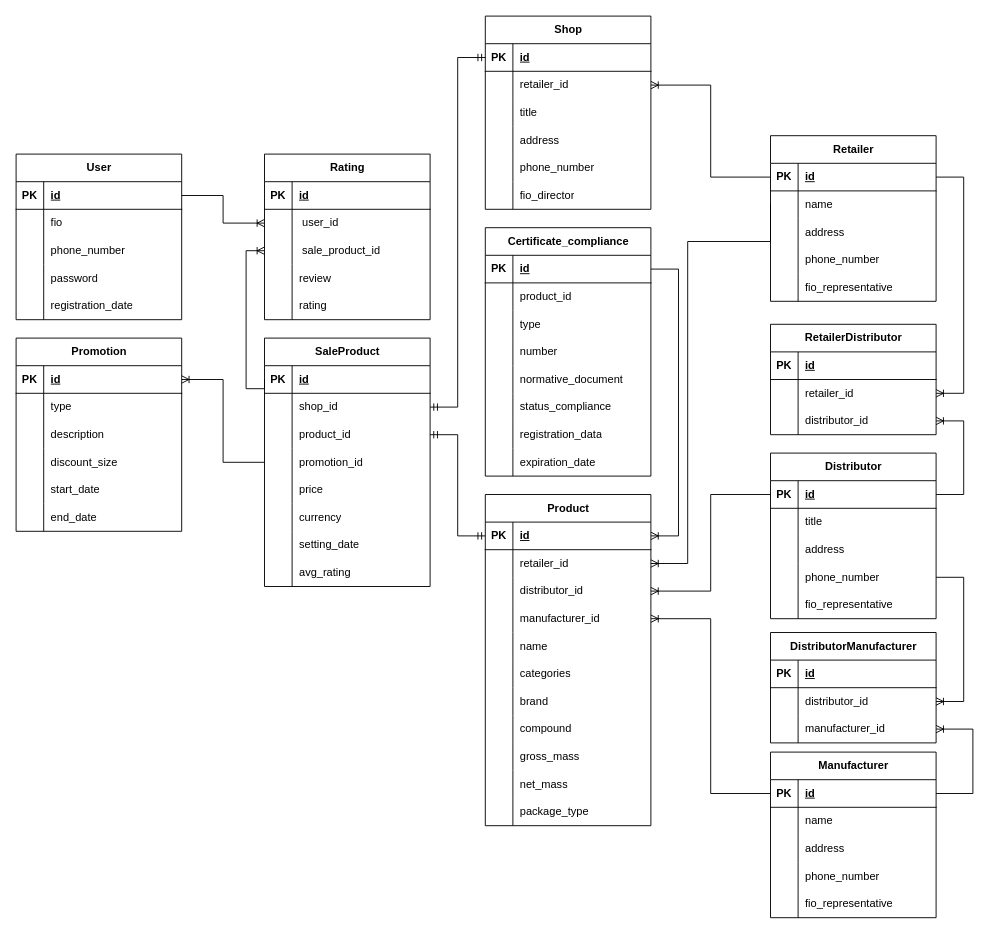
Earlier version of the draw.io diagram docs/coursework/inc/img/scheme_drawio/er-entities-diag.drawio (nikitalystsev/db_course). Source tidied: cells renumbered, new cells numbered last; positions are measured from the earlier drawing's top-left corner, leaving out a move shared by most shapes. Both pictures are drawn from the tidied source at 92%, with x=0, y=0 at pixel (16, 16).
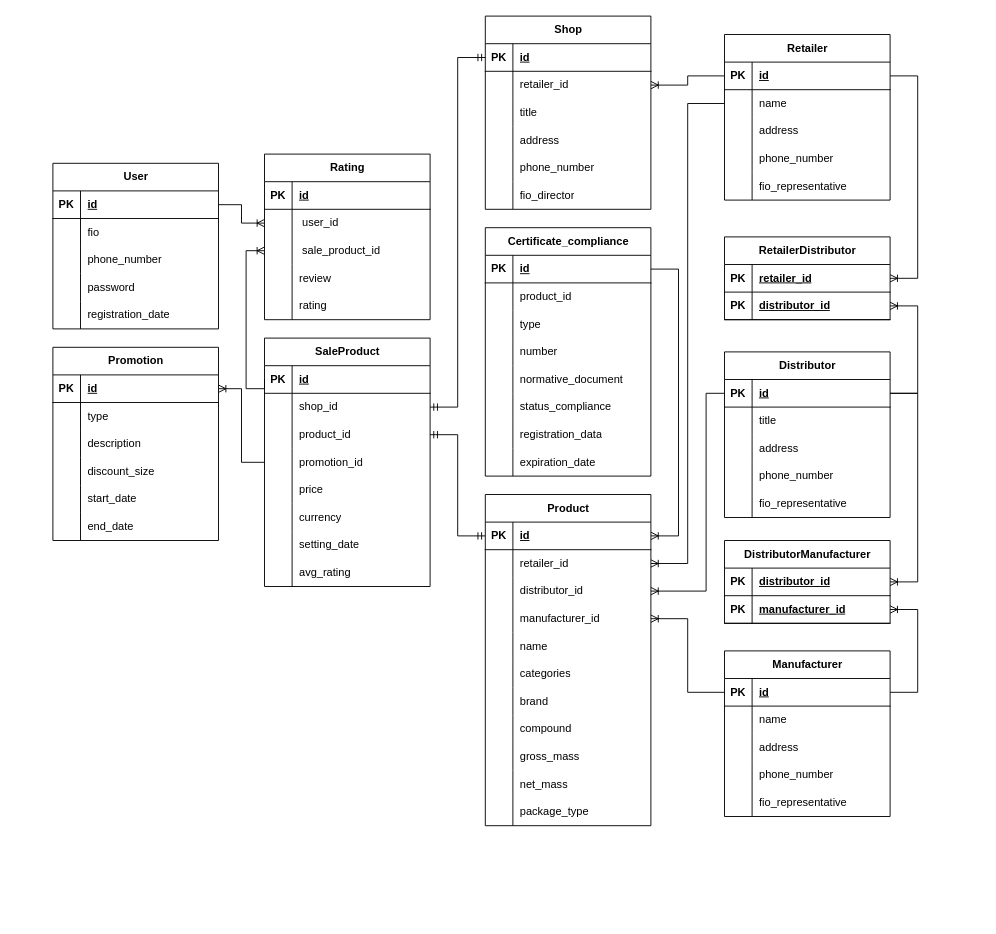
The same page after the edit.

Unchanged cells that the change refers to:
```xml
<mxCell id="6" style="shape=tableRow;horizontal=0;startSize=0;swimlaneHead=0;swimlaneBody=0;fillColor=none;points=[[0,0.5],[1,0.5]];portConstraint=eastwest;top=0;left=0;right=0;bottom=0;" parent="2" vertex="1">
  <mxGeometry y="60" width="180" height="30" as="geometry" />
</mxCell>
<mxCell id="9" style="shape=tableRow;horizontal=0;startSize=0;swimlaneHead=0;swimlaneBody=0;fillColor=none;points=[[0,0.5],[1,0.5]];portConstraint=eastwest;top=0;left=0;right=0;bottom=0;" parent="2" vertex="1">
  <mxGeometry y="90" width="180" height="30" as="geometry" />
</mxCell>
<mxCell id="37" style="shape=tableRow;horizontal=0;startSize=0;swimlaneHead=0;swimlaneBody=0;fillColor=none;points=[[0,0.5],[1,0.5]];portConstraint=eastwest;top=0;left=0;right=0;bottom=1;" parent="36" vertex="1">
  <mxGeometry y="30" width="180" height="30" as="geometry" />
</mxCell>
<mxCell id="40" style="shape=tableRow;horizontal=0;startSize=0;swimlaneHead=0;swimlaneBody=0;fillColor=none;points=[[0,0.5],[1,0.5]];portConstraint=eastwest;top=0;left=0;right=0;bottom=0;" parent="36" vertex="1">
  <mxGeometry y="60" width="180" height="30" as="geometry" />
</mxCell>
<mxCell id="53" style="shape=tableRow;horizontal=0;startSize=0;swimlaneHead=0;swimlaneBody=0;fillColor=none;points=[[0,0.5],[1,0.5]];portConstraint=eastwest;top=0;left=0;right=0;bottom=1;" parent="52" vertex="1">
  <mxGeometry y="30" width="180" height="30" as="geometry" />
</mxCell>
<mxCell id="70" style="shape=tableRow;horizontal=0;startSize=0;swimlaneHead=0;swimlaneBody=0;fillColor=none;points=[[0,0.5],[1,0.5]];portConstraint=eastwest;top=0;left=0;right=0;bottom=1;" parent="69" vertex="1">
  <mxGeometry y="30" width="180" height="30" as="geometry" />
</mxCell>
<mxCell id="86" style="shape=tableRow;horizontal=0;startSize=0;swimlaneHead=0;swimlaneBody=0;fillColor=none;points=[[0,0.5],[1,0.5]];portConstraint=eastwest;top=0;left=0;right=0;bottom=1;" parent="85" vertex="1">
  <mxGeometry y="30" width="180" height="30" as="geometry" />
</mxCell>
<mxCell id="97" style="shape=tableRow;horizontal=0;startSize=0;swimlaneHead=0;swimlaneBody=0;fillColor=none;points=[[0,0.5],[1,0.5]];portConstraint=eastwest;top=0;left=0;right=0;bottom=1;" parent="96" vertex="1">
  <mxGeometry y="30" width="180" height="30" as="geometry" />
</mxCell>
```

The edit, as a diff of the source:
```diff
@@
     <mxCell id="36" value="Retailer" style="shape=table;startSize=30;childLayout=tableLayout;rowLines=0;fontStyle=1;align=center;html=1;" parent="1" vertex="1">
-      <mxGeometry x="820" y="130" width="180" height="180" as="geometry" />
+      <mxGeometry x="770" y="20" width="180" height="180" as="geometry" />
     </mxCell>
@@
     <mxCell id="52" value="Distributor" style="shape=table;startSize=30;childLayout=tableLayout;rowLines=0;fontStyle=1;align=center;html=1;" parent="1" vertex="1">
-      <mxGeometry x="820" y="475" width="180" height="180" as="geometry" />
+      <mxGeometry x="770" y="365" width="180" height="180" as="geometry" />
     </mxCell>
@@
     <mxCell id="68" style="edgeStyle=orthogonalEdgeStyle;fontSize=12;html=1;endArrow=ERoneToMany;rounded=0;entryX=1;entryY=0.5;entryDx=0;entryDy=0;exitX=0;exitY=0.5;exitDx=0;exitDy=0;" parent="1" edge="1" source="53" target="9">
-      <mxGeometry relative="1" as="geometry" />
+      <mxGeometry relative="1" as="geometry">
+        <Array as="points">
+          <mxPoint x="750" y="410" />
+          <mxPoint x="750" y="625" />
+        </Array>
+      </mxGeometry>
     </mxCell>
     <mxCell id="69" value="Manufacturer" style="shape=table;startSize=30;childLayout=tableLayout;rowLines=0;fontStyle=1;align=center;html=1;" parent="1" vertex="1">
-      <mxGeometry x="820" y="800" width="180" height="180" as="geometry" />
+      <mxGeometry x="770" y="690" width="180" height="180" as="geometry" />
     </mxCell>
@@
     <mxCell id="85" value="DistributorManufacturer" style="shape=table;startSize=30;childLayout=tableLayout;rowLines=0;fontStyle=1;align=center;html=1;" parent="1" vertex="1">
-      <mxGeometry x="820" y="670" width="180" height="120" as="geometry" />
+      <mxGeometry x="770" y="570" width="180" height="90" as="geometry" />
     </mxCell>
@@
-    <mxCell id="88" value="id" style="shape=partialRectangle;fillColor=none;top=0;left=0;bottom=0;right=0;align=left;spacingLeft=6;fontStyle=5;overflow=hidden;whiteSpace=wrap;html=1;" parent="86" vertex="1">
+    <mxCell id="88" value="distributor_id" style="shape=partialRectangle;fillColor=none;top=0;left=0;bottom=0;right=0;align=left;spacingLeft=6;fontStyle=5;overflow=hidden;whiteSpace=wrap;html=1;" parent="86" vertex="1">
       <mxGeometry x="30" width="150" height="30" as="geometry" />
     </mxCell>
-    <mxCell id="89" style="shape=tableRow;horizontal=0;startSize=0;swimlaneHead=0;swimlaneBody=0;fillColor=none;points=[[0,0.5],[1,0.5]];portConstraint=eastwest;top=0;left=0;right=0;bottom=0;" parent="85" vertex="1">
-      <mxGeometry y="60" width="180" height="30" as="geometry" />
-    </mxCell>
-    <mxCell id="90" style="shape=partialRectangle;fillColor=none;top=0;left=0;bottom=0;right=0;overflow=hidden;whiteSpace=wrap;html=1;" parent="89" vertex="1">
-      <mxGeometry width="30" height="30" as="geometry" />
-    </mxCell>
-    <mxCell id="91" value="distributor_id" style="shape=partialRectangle;fillColor=none;top=0;left=0;bottom=0;right=0;align=left;spacingLeft=6;overflow=hidden;whiteSpace=wrap;html=1;" parent="89" vertex="1">
-      <mxGeometry x="30" width="150" height="30" as="geometry" />
-    </mxCell>
-    <mxCell id="92" style="shape=tableRow;horizontal=0;startSize=0;swimlaneHead=0;swimlaneBody=0;fillColor=none;points=[[0,0.5],[1,0.5]];portConstraint=eastwest;top=0;left=0;right=0;bottom=0;" parent="85" vertex="1">
-      <mxGeometry y="90" width="180" height="30" as="geometry" />
-    </mxCell>
-    <mxCell id="93" style="shape=partialRectangle;fillColor=none;top=0;left=0;bottom=0;right=0;overflow=hidden;whiteSpace=wrap;html=1;" parent="92" vertex="1">
-      <mxGeometry width="30" height="30" as="geometry" />
-    </mxCell>
+    <mxCell id="238" style="shape=tableRow;horizontal=0;startSize=0;swimlaneHead=0;swimlaneBody=0;fillColor=none;points=[[0,0.5],[1,0.5]];portConstraint=eastwest;top=0;left=0;right=0;bottom=1;" parent="85" vertex="1">
+      <mxGeometry y="60" width="180" height="30" as="geometry" />
+    </mxCell>
+    <mxCell id="239" value="PK" style="shape=partialRectangle;fillColor=none;top=0;left=0;bottom=0;right=0;fontStyle=1;overflow=hidden;whiteSpace=wrap;html=1;" parent="238" vertex="1">
+      <mxGeometry width="30" height="30" as="geometry" />
+    </mxCell>
-    <mxCell id="94" value="&lt;span style=&quot;text-align: center; text-wrap: nowrap;&quot;&gt;manufacturer_id&lt;/span&gt;" style="shape=partialRectangle;fillColor=none;top=0;left=0;bottom=0;right=0;align=left;spacingLeft=6;overflow=hidden;whiteSpace=wrap;html=1;" parent="92" vertex="1">
+    <mxCell id="94" value="manufacturer_id" style="shape=partialRectangle;fillColor=none;top=0;left=0;bottom=0;right=0;align=left;spacingLeft=6;fontStyle=5;overflow=hidden;whiteSpace=wrap;html=1;" parent="238" vertex="1">
       <mxGeometry x="30" width="150" height="30" as="geometry" />
     </mxCell>
-    <mxCell id="95" style="edgeStyle=orthogonalEdgeStyle;fontSize=12;html=1;endArrow=ERoneToMany;rounded=0;entryX=1;entryY=0.5;entryDx=0;entryDy=0;exitX=1;exitY=0.5;exitDx=0;exitDy=0;" parent="1" edge="1" source="70" target="92">
+    <mxCell id="95" style="edgeStyle=orthogonalEdgeStyle;fontSize=12;html=1;endArrow=ERoneToMany;rounded=0;entryX=1;entryY=0.5;entryDx=0;entryDy=0;exitX=1;exitY=0.5;exitDx=0;exitDy=0;" parent="1" edge="1" source="70" target="238">
       <mxGeometry relative="1" as="geometry">
         <Array as="points">
-          <mxPoint x="1040" y="845" />
-          <mxPoint x="1040" y="775" />
+          <mxPoint x="980" y="735" />
+          <mxPoint x="980" y="645" />
         </Array>
       </mxGeometry>
     </mxCell>
     <mxCell id="96" value="RetailerDistributor" style="shape=table;startSize=30;childLayout=tableLayout;rowLines=0;fontStyle=1;align=center;html=1;" parent="1" vertex="1">
-      <mxGeometry x="820" y="335" width="180" height="120" as="geometry" />
+      <mxGeometry x="770" y="240" width="180" height="90" as="geometry" />
     </mxCell>
@@
-    <mxCell id="99" value="id" style="shape=partialRectangle;fillColor=none;top=0;left=0;bottom=0;right=0;align=left;spacingLeft=6;fontStyle=5;overflow=hidden;whiteSpace=wrap;html=1;" parent="97" vertex="1">
+    <mxCell id="99" value="retailer_id" style="shape=partialRectangle;fillColor=none;top=0;left=0;bottom=0;right=0;align=left;spacingLeft=6;fontStyle=5;overflow=hidden;whiteSpace=wrap;html=1;" parent="97" vertex="1">
       <mxGeometry x="30" width="150" height="30" as="geometry" />
     </mxCell>
-    <mxCell id="100" style="shape=tableRow;horizontal=0;startSize=0;swimlaneHead=0;swimlaneBody=0;fillColor=none;points=[[0,0.5],[1,0.5]];portConstraint=eastwest;top=0;left=0;right=0;bottom=0;" parent="96" vertex="1">
-      <mxGeometry y="60" width="180" height="30" as="geometry" />
-    </mxCell>
-    <mxCell id="101" style="shape=partialRectangle;fillColor=none;top=0;left=0;bottom=0;right=0;overflow=hidden;whiteSpace=wrap;html=1;" parent="100" vertex="1">
-      <mxGeometry width="30" height="30" as="geometry" />
-    </mxCell>
-    <mxCell id="102" value="retailer_id" style="shape=partialRectangle;fillColor=none;top=0;left=0;bottom=0;right=0;align=left;spacingLeft=6;overflow=hidden;whiteSpace=wrap;html=1;" parent="100" vertex="1">
-      <mxGeometry x="30" width="150" height="30" as="geometry" />
-    </mxCell>
-    <mxCell id="103" style="shape=tableRow;horizontal=0;startSize=0;swimlaneHead=0;swimlaneBody=0;fillColor=none;points=[[0,0.5],[1,0.5]];portConstraint=eastwest;top=0;left=0;right=0;bottom=0;" parent="96" vertex="1">
-      <mxGeometry y="90" width="180" height="30" as="geometry" />
-    </mxCell>
-    <mxCell id="104" style="shape=partialRectangle;fillColor=none;top=0;left=0;bottom=0;right=0;overflow=hidden;whiteSpace=wrap;html=1;" parent="103" vertex="1">
-      <mxGeometry width="30" height="30" as="geometry" />
-    </mxCell>
-    <mxCell id="105" value="&lt;span style=&quot;text-align: center; text-wrap: nowrap;&quot;&gt;distributor_id&lt;/span&gt;" style="shape=partialRectangle;fillColor=none;top=0;left=0;bottom=0;right=0;align=left;spacingLeft=6;overflow=hidden;whiteSpace=wrap;html=1;" parent="103" vertex="1">
-      <mxGeometry x="30" width="150" height="30" as="geometry" />
-    </mxCell>
+    <mxCell id="240" style="shape=tableRow;horizontal=0;startSize=0;swimlaneHead=0;swimlaneBody=0;fillColor=none;points=[[0,0.5],[1,0.5]];portConstraint=eastwest;top=0;left=0;right=0;bottom=1;" parent="96" vertex="1">
+      <mxGeometry y="60" width="180" height="30" as="geometry" />
+    </mxCell>
+    <mxCell id="241" value="PK" style="shape=partialRectangle;fillColor=none;top=0;left=0;bottom=0;right=0;fontStyle=1;overflow=hidden;whiteSpace=wrap;html=1;" parent="240" vertex="1">
+      <mxGeometry width="30" height="30" as="geometry" />
+    </mxCell>
+    <mxCell id="242" value="distributor_id" style="shape=partialRectangle;fillColor=none;top=0;left=0;bottom=0;right=0;align=left;spacingLeft=6;fontStyle=5;overflow=hidden;whiteSpace=wrap;html=1;" parent="240" vertex="1">
+      <mxGeometry x="30" width="150" height="30" as="geometry" />
+    </mxCell>
@@
     <mxCell id="150" value="Promotion" style="shape=table;startSize=30;childLayout=tableLayout;rowLines=0;fontStyle=1;align=center;html=1;" parent="1" vertex="1">
-      <mxGeometry y="350" width="180" height="210" as="geometry" />
+      <mxGeometry x="40" y="360" width="180" height="210" as="geometry" />
     </mxCell>
@@
-    <mxCell id="186" style="edgeStyle=entityRelationEdgeStyle;fontSize=12;html=1;endArrow=ERoneToMany;rounded=0;entryX=1;entryY=0.5;entryDx=0;entryDy=0;exitX=1;exitY=0.5;exitDx=0;exitDy=0;" parent="1" edge="1" source="37" target="100">
+    <mxCell id="186" style="edgeStyle=entityRelationEdgeStyle;fontSize=12;html=1;endArrow=ERoneToMany;rounded=0;entryX=1;entryY=0.5;entryDx=0;entryDy=0;exitX=1;exitY=0.5;exitDx=0;exitDy=0;" parent="1" edge="1" source="37" target="97">
       <mxGeometry relative="1" as="geometry" />
     </mxCell>
-    <mxCell id="187" style="edgeStyle=entityRelationEdgeStyle;fontSize=12;html=1;endArrow=ERoneToMany;rounded=0;entryX=1;entryY=0.5;entryDx=0;entryDy=0;exitX=1;exitY=0.5;exitDx=0;exitDy=0;" parent="1" edge="1" source="53" target="103">
+    <mxCell id="187" style="edgeStyle=entityRelationEdgeStyle;fontSize=12;html=1;endArrow=ERoneToMany;rounded=0;entryX=1;entryY=0.5;entryDx=0;entryDy=0;exitX=1;exitY=0.5;exitDx=0;exitDy=0;" parent="1" edge="1" source="53" target="240">
       <mxGeometry relative="1" as="geometry">
         <Array as="points">
-          <mxPoint x="1040" y="485" />
-          <mxPoint x="1060" y="475" />
-          <mxPoint x="1050" y="475" />
+          <mxPoint x="990" y="375" />
+          <mxPoint x="1010" y="365" />
+          <mxPoint x="1000" y="365" />
         </Array>
       </mxGeometry>
     </mxCell>
-    <mxCell id="188" style="edgeStyle=entityRelationEdgeStyle;fontSize=12;html=1;endArrow=ERoneToMany;rounded=0;entryX=1;entryY=0.5;entryDx=0;entryDy=0;exitX=1;exitY=0.5;exitDx=0;exitDy=0;" parent="1" edge="1" target="89">
+    <mxCell id="188" style="edgeStyle=entityRelationEdgeStyle;fontSize=12;html=1;endArrow=ERoneToMany;rounded=0;entryX=1;entryY=0.5;entryDx=0;entryDy=0;exitX=1;exitY=0.5;exitDx=0;exitDy=0;" parent="1" edge="1" source="53" target="86">
       <mxGeometry relative="1" as="geometry">
-        <mxPoint x="1000" y="610" as="sourcePoint" />
         <Array as="points">
-          <mxPoint x="1020" y="670" />
-          <mxPoint x="1010" y="660" />
+          <mxPoint x="970" y="560" />
+          <mxPoint x="970" y="560" />
+          <mxPoint x="970" y="560" />
+          <mxPoint x="960" y="560" />
+          <mxPoint x="960" y="550" />
         </Array>
       </mxGeometry>
     </mxCell>
@@
     <mxCell id="190" style="edgeStyle=orthogonalEdgeStyle;fontSize=12;html=1;endArrow=ERoneToMany;rounded=0;entryX=1;entryY=0.5;entryDx=0;entryDy=0;exitX=0;exitY=0.5;exitDx=0;exitDy=0;" parent="1" edge="1" source="40" target="6">
       <mxGeometry relative="1" as="geometry">
         <Array as="points">
-          <mxPoint x="730" y="245" />
+          <mxPoint x="730" y="95" />
           <mxPoint x="730" y="595" />
         </Array>
       </mxGeometry>
     </mxCell>
@@
     <mxCell id="218" value="User" style="shape=table;startSize=30;childLayout=tableLayout;rowLines=0;fontStyle=1;align=center;html=1;" parent="1" vertex="1">
-      <mxGeometry y="150" width="180" height="180" as="geometry" />
+      <mxGeometry x="40" y="160" width="180" height="180" as="geometry" />
     </mxCell>
```
